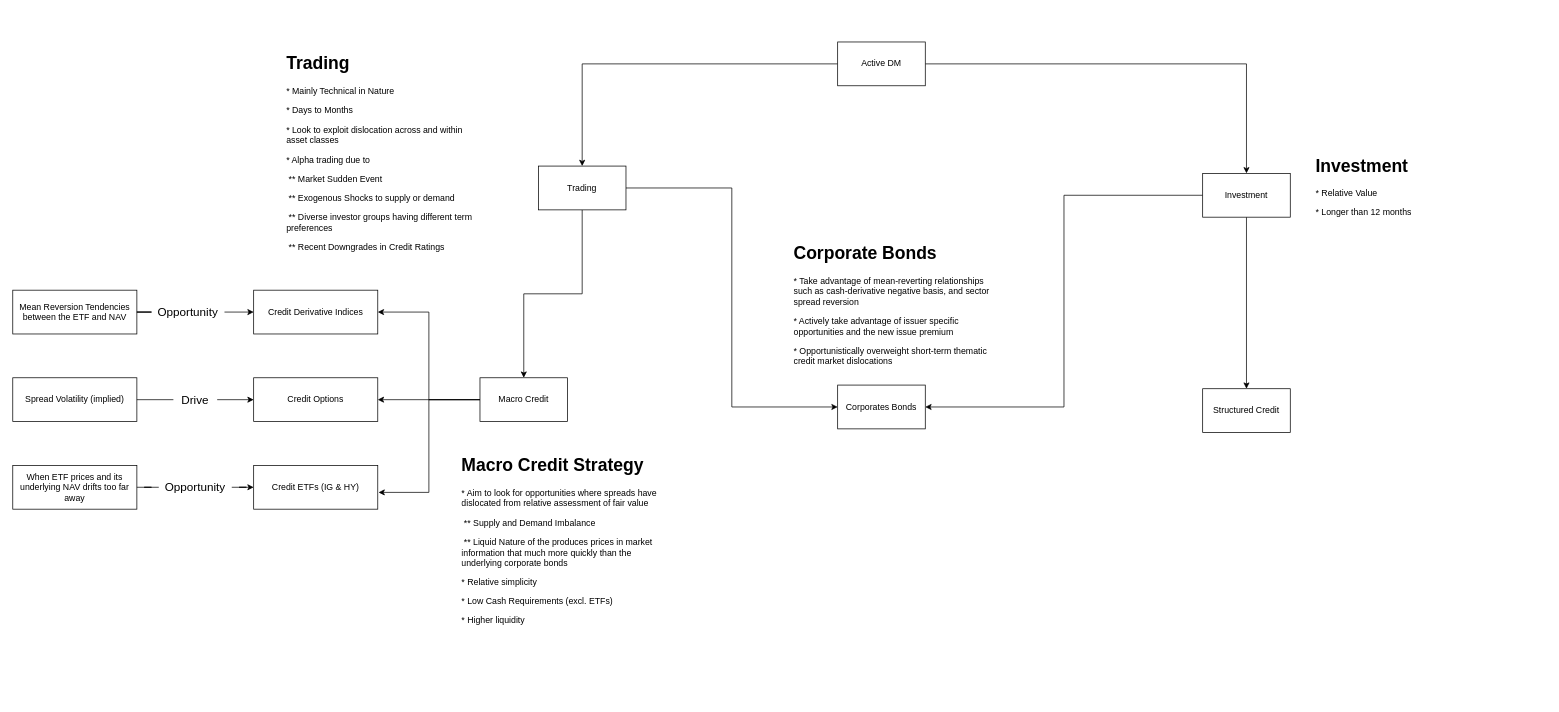
Before: Untitled Diagram.drawio in PodorCN/NoteBook, a draw.io diagram. Source tidied: cells renumbered, new cells numbered last; positions are measured from the earlier drawing's top-left corner, leaving out a move shared by most shapes. Both pictures are drawn from the tidied source at 73%, with x=0, y=0 at pixel (12, 42).
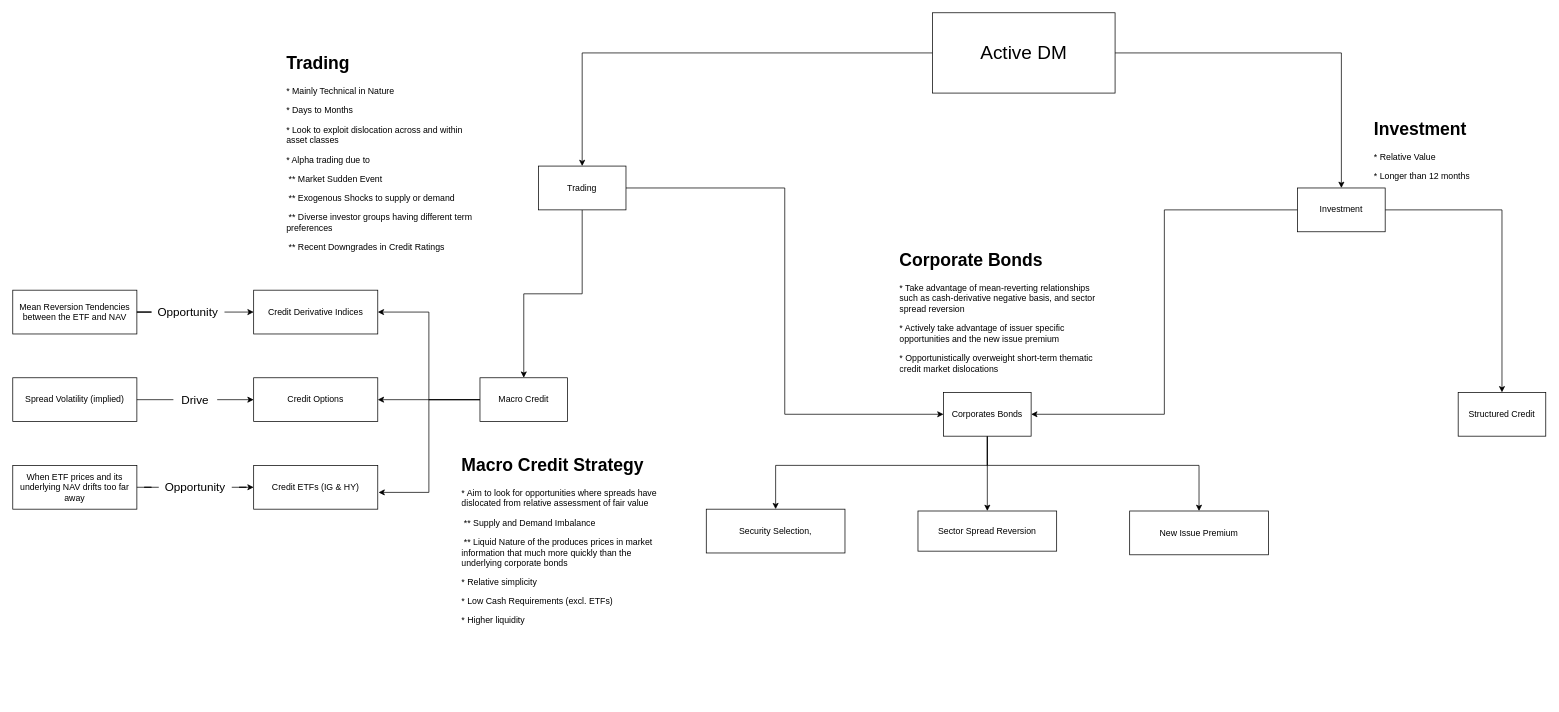
The same page after the edit.

The edit, as a diff of the source:
```diff
@@
-    <mxCell id="4" value="Active DM" style="whiteSpace=wrap;html=1;" parent="1" vertex="1">
-      <mxGeometry x="1130" width="120" height="60" as="geometry" />
+    <mxCell id="4" value="&lt;font style=&quot;font-size: 26px&quot;&gt;Active DM&lt;/font&gt;" style="whiteSpace=wrap;html=1;" parent="1" vertex="1">
+      <mxGeometry x="1260" y="-40" width="250" height="110" as="geometry" />
     </mxCell>
@@
     <mxCell id="10" value="Investment" style="whiteSpace=wrap;html=1;" parent="1" vertex="1">
-      <mxGeometry x="1630" y="180" width="120" height="60" as="geometry" />
+      <mxGeometry x="1760" y="200" width="120" height="60" as="geometry" />
     </mxCell>
@@
     <mxCell id="12" value="&lt;h1&gt;Investment&lt;/h1&gt;&lt;p&gt;* Relative Value&lt;/p&gt;&lt;p&gt;* Longer than 12 months&lt;/p&gt;" style="text;html=1;strokeColor=none;fillColor=none;spacing=5;spacingTop=-20;whiteSpace=wrap;overflow=hidden;rounded=0;" parent="1" vertex="1">
-      <mxGeometry x="1780" y="150" width="190" height="120" as="geometry" />
+      <mxGeometry x="1860" y="100" width="190" height="120" as="geometry" />
     </mxCell>
@@
+    <mxCell id="36" style="edgeStyle=orthogonalEdgeStyle;rounded=0;jettySize=auto;html=1;fontSize=26;" parent="1" edge="1" source="17" target="39">
+      <mxGeometry relative="1" as="geometry">
+        <Array as="points">
+          <mxPoint x="1335" y="580" />
+          <mxPoint x="1045" y="580" />
+        </Array>
+      </mxGeometry>
+    </mxCell>
+    <mxCell id="37" style="edgeStyle=orthogonalEdgeStyle;rounded=0;jettySize=auto;html=1;fontSize=26;" parent="1" edge="1" source="17" target="40">
+      <mxGeometry relative="1" as="geometry" />
+    </mxCell>
+    <mxCell id="38" style="edgeStyle=orthogonalEdgeStyle;rounded=0;jettySize=auto;html=1;fontSize=26;" parent="1" edge="1" source="17" target="41">
+      <mxGeometry relative="1" as="geometry">
+        <Array as="points">
+          <mxPoint x="1335" y="580" />
+          <mxPoint x="1625" y="580" />
+        </Array>
+      </mxGeometry>
+    </mxCell>
     <mxCell id="17" value="Corporates Bonds" style="whiteSpace=wrap;html=1;" parent="1" vertex="1">
-      <mxGeometry x="1130" y="470" width="120" height="60" as="geometry" />
+      <mxGeometry x="1275" y="480" width="120" height="60" as="geometry" />
     </mxCell>
     <mxCell id="18" value="Structured Credit" style="whiteSpace=wrap;html=1;" parent="1" vertex="1">
-      <mxGeometry x="1630" y="475" width="120" height="60" as="geometry" />
+      <mxGeometry x="1980" y="480" width="120" height="60" as="geometry" />
     </mxCell>
@@
     <mxCell id="35" value="&lt;h1&gt;Corporate Bonds&lt;/h1&gt;&lt;p&gt;* Take advantage of mean-reverting relationships such as cash-derivative negative basis, and sector spread reversion&lt;/p&gt;&lt;p&gt;* Actively take advantage of issuer specific opportunities and the new issue premium&lt;/p&gt;&lt;p&gt;* Opportunistically overweight short-term thematic credit market dislocations&lt;/p&gt;" style="text;html=1;strokeColor=none;fillColor=none;spacing=5;spacingTop=-20;whiteSpace=wrap;overflow=hidden;rounded=0;" parent="1" vertex="1">
-      <mxGeometry x="1065" y="270" width="280" height="180" as="geometry" />
+      <mxGeometry x="1210" y="280" width="280" height="180" as="geometry" />
     </mxCell>
+    <mxCell id="39" value="Security Selection," style="whiteSpace=wrap;html=1;" parent="1" vertex="1">
+      <mxGeometry x="950" y="640" width="190" height="60" as="geometry" />
+    </mxCell>
+    <mxCell id="40" value="Sector Spread Reversion" style="whiteSpace=wrap;html=1;" parent="1" vertex="1">
+      <mxGeometry x="1240" y="642.5" width="190" height="55" as="geometry" />
+    </mxCell>
+    <mxCell id="41" value="New Issue Premium" style="whiteSpace=wrap;html=1;" parent="1" vertex="1">
+      <mxGeometry x="1530" y="642.5" width="190" height="60" as="geometry" />
+    </mxCell>
```
